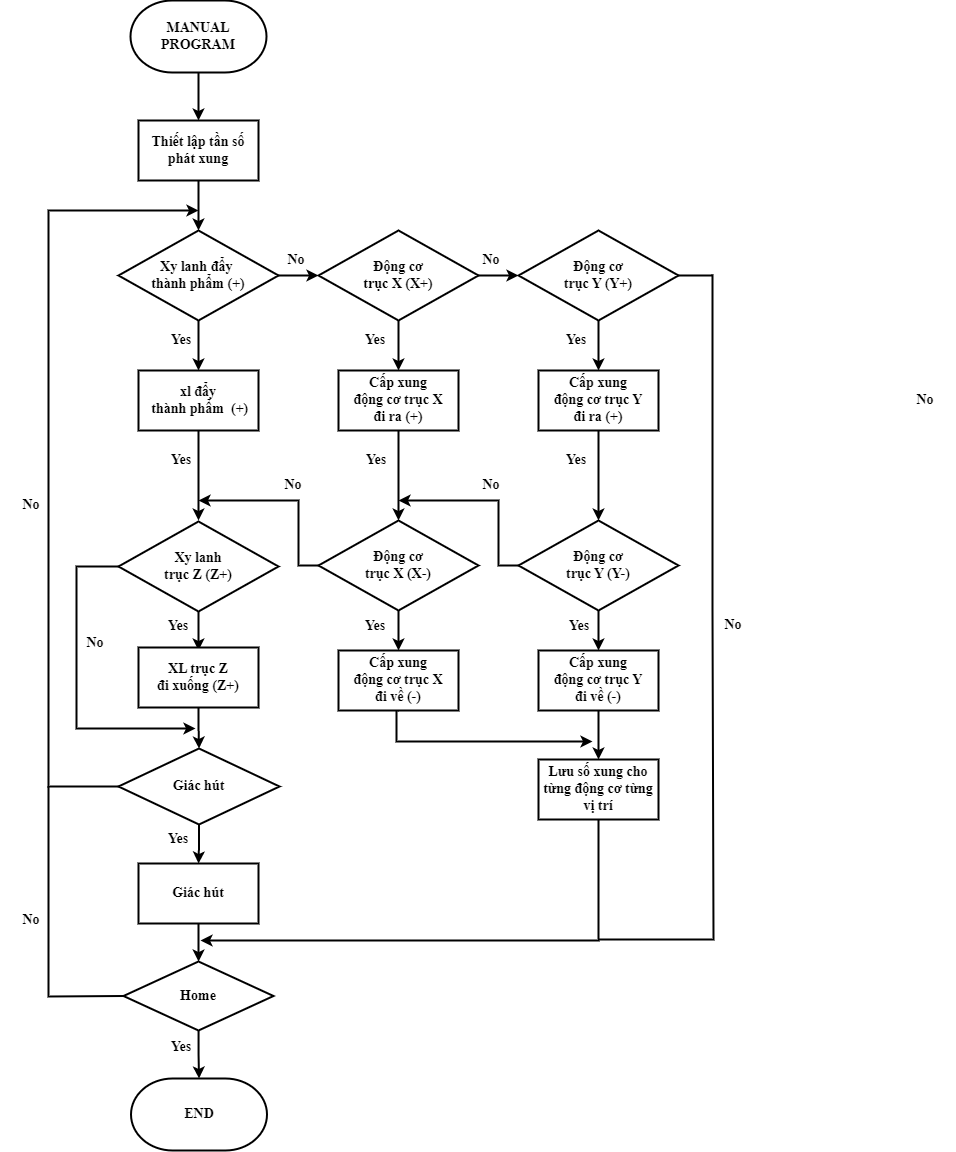
Earlier version of the draw.io export manual.png (nguyentienkhoa050401/mon-hoc). Source tidied: cells renumbered, new cells last; positions are measured from the earlier drawing's top-left corner, leaving out a move shared by most shapes.
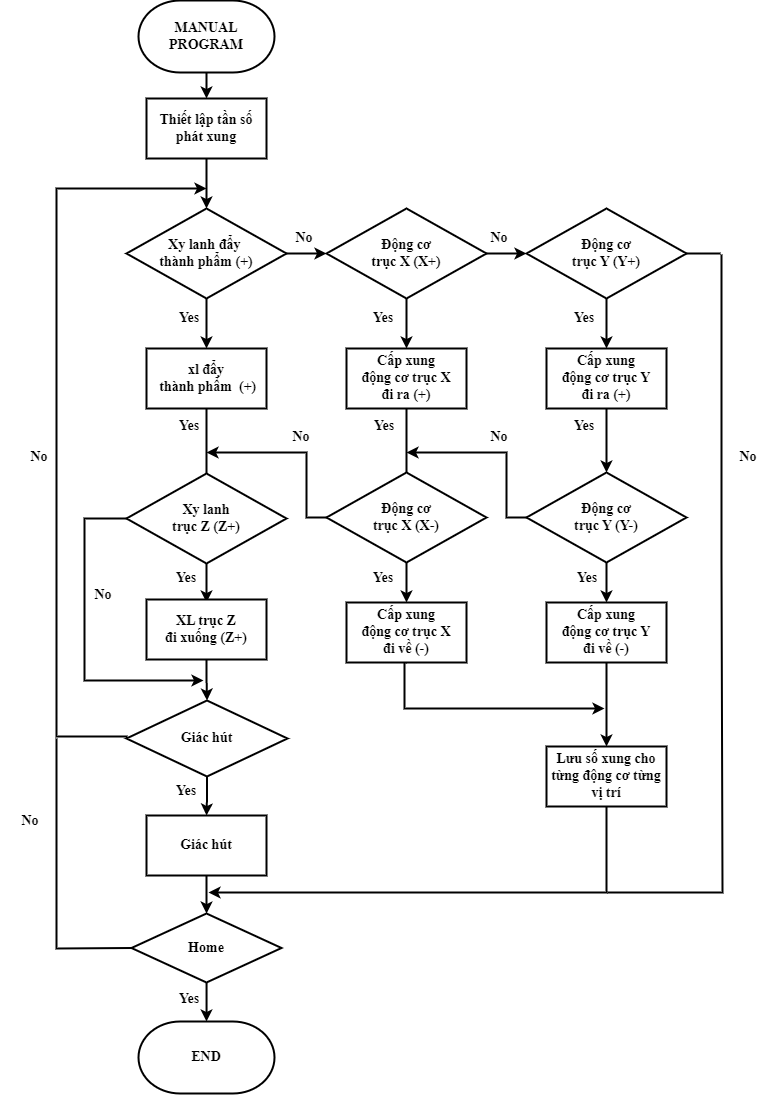
The same file after the commit.

Commit message:
Cập nhật manual.png

What changed in the source:
```diff
@@ -2,11 +2,13 @@
   <root>
     <mxCell id="0" />
     <mxCell id="1" parent="0" />
-    <mxCell id="2" style="edgeStyle=orthogonalEdgeStyle;rounded=0;jettySize=auto;html=1;strokeWidth=2;fontFamily=Times New Roman;fontSize=14;verticalAlign=middle;fontStyle=1;fontColor=#000000;" parent="1" edge="1" source="3" target="13">
-      <mxGeometry relative="1" as="geometry" />
+    <mxCell id="2" style="edgeStyle=orthogonalEdgeStyle;rounded=0;jettySize=auto;html=1;strokeWidth=2;fontFamily=Times New Roman;fontSize=14;verticalAlign=middle;fontStyle=1;fontColor=#000000;" parent="1" edge="1" target="13">
+      <mxGeometry relative="1" as="geometry">
+        <mxPoint x="197" y="98" as="sourcePoint" />
+      </mxGeometry>
     </mxCell>
     <mxCell id="3" value="&lt;span style=&quot;font-size: 14px;&quot;&gt;MANUAL&lt;br&gt;PROGRAM&lt;br&gt;&lt;/span&gt;" style="fontSize=14;zwfType=basicShape;strokeWidth=2;html=1;shape=mxgraph.flowchart.terminator;whiteSpace=wrap;fontFamily=Times New Roman;verticalAlign=middle;fontStyle=1;rounded=0;fontColor=#000000;" parent="1" vertex="1">
-      <mxGeometry x="129" width="136" height="72" as="geometry" />
+      <mxGeometry x="129" y="48" width="136" height="72" as="geometry" />
     </mxCell>
     <mxCell id="4" style="edgeStyle=orthogonalEdgeStyle;rounded=0;orthogonalLoop=1;jettySize=auto;html=1;strokeWidth=2;fontFamily=Times New Roman;fontSize=14;verticalAlign=middle;fontStyle=1;fontColor=#000000;" parent="1" edge="1">
       <mxGeometry relative="1" as="geometry">
@@ -30,7 +32,7 @@
       <mxGeometry relative="1" as="geometry" />
     </mxCell>
     <mxCell id="8" value="Xy lanh đẩy&amp;nbsp;&lt;br style=&quot;font-size: 14px;&quot;&gt;thành phẩm (+)" style="fontSize=14;spacingLeft=10;spacingRight=10;zwfType=basicShape;strokeWidth=2;rhombus;whiteSpace=wrap;html=1;fontStyle=1;fontFamily=Times New Roman;verticalAlign=middle;rounded=0;fontColor=#000000;" parent="1" vertex="1">
-      <mxGeometry x="117" y="230" width="160" height="90" as="geometry" />
+      <mxGeometry x="117" y="256" width="160" height="90" as="geometry" />
     </mxCell>
     <mxCell id="9" style="edgeStyle=orthogonalEdgeStyle;rounded=0;jettySize=auto;html=1;strokeWidth=2;fontFamily=Times New Roman;fontSize=14;verticalAlign=middle;fontStyle=1;fontColor=#000000;" parent="1" edge="1" source="11" target="19">
       <mxGeometry relative="1" as="geometry" />
@@ -39,33 +41,35 @@
       <mxGeometry relative="1" as="geometry" />
     </mxCell>
     <mxCell id="11" value="Động cơ &lt;br style=&quot;font-size: 14px;&quot;&gt;trục X (X+)" style="fontSize=14;spacingLeft=10;spacingRight=10;zwfType=basicShape;strokeWidth=2;rhombus;whiteSpace=wrap;html=1;fontStyle=1;fontFamily=Times New Roman;verticalAlign=middle;rounded=0;fontColor=#000000;" parent="1" vertex="1">
-      <mxGeometry x="317" y="230" width="160" height="90" as="geometry" />
+      <mxGeometry x="317" y="256" width="160" height="90" as="geometry" />
     </mxCell>
     <mxCell id="12" style="edgeStyle=orthogonalEdgeStyle;rounded=0;jettySize=auto;html=1;strokeWidth=2;fontFamily=Times New Roman;fontSize=14;verticalAlign=middle;fontStyle=1;fontColor=#000000;" parent="1" edge="1" source="13" target="8">
       <mxGeometry relative="1" as="geometry" />
     </mxCell>
     <mxCell id="13" value="Thiết lập tần số phát xung" style="rounded=0;whiteSpace=wrap;html=1;strokeWidth=2;fontFamily=Times New Roman;fontSize=14;verticalAlign=middle;fontStyle=1;fontColor=#000000;" parent="1" vertex="1">
-      <mxGeometry x="137" y="120" width="120" height="60" as="geometry" />
+      <mxGeometry x="137" y="146" width="120" height="60" as="geometry" />
     </mxCell>
     <mxCell id="14" style="edgeStyle=orthogonalEdgeStyle;rounded=0;jettySize=auto;html=1;strokeWidth=2;fontFamily=Times New Roman;fontSize=14;verticalAlign=middle;fontStyle=1;fontColor=#000000;" parent="1" edge="1" source="15">
       <mxGeometry relative="1" as="geometry">
-        <mxPoint x="197" y="520" as="targetPoint" />
+        <mxPoint x="197" y="568" as="targetPoint" />
       </mxGeometry>
     </mxCell>
     <mxCell id="15" value="xl đẩy&lt;br&gt;&amp;nbsp;thành phẩm&amp;nbsp; (+)" style="rounded=0;whiteSpace=wrap;html=1;strokeWidth=2;fontFamily=Times New Roman;fontSize=14;verticalAlign=middle;fontStyle=1;fontColor=#000000;" parent="1" vertex="1">
-      <mxGeometry x="137" y="370" width="120" height="60" as="geometry" />
+      <mxGeometry x="137" y="396" width="120" height="60" as="geometry" />
     </mxCell>
-    <mxCell id="16" style="edgeStyle=orthogonalEdgeStyle;rounded=0;jettySize=auto;html=1;strokeWidth=2;fontFamily=Times New Roman;fontSize=14;verticalAlign=middle;fontStyle=1;fontColor=#000000;" parent="1" edge="1" source="17" target="21">
-      <mxGeometry relative="1" as="geometry" />
+    <mxCell id="16" style="edgeStyle=orthogonalEdgeStyle;rounded=0;jettySize=auto;html=1;strokeWidth=2;fontFamily=Times New Roman;fontSize=14;verticalAlign=middle;fontStyle=1;fontColor=#000000;" parent="1" edge="1" source="17">
+      <mxGeometry relative="1" as="geometry">
+        <mxPoint x="397" y="568" as="targetPoint" />
+      </mxGeometry>
     </mxCell>
     <mxCell id="17" value="Cấp xung &lt;br style=&quot;font-size: 14px;&quot;&gt;động cơ trục X &lt;br style=&quot;font-size: 14px;&quot;&gt;đi ra (+)" style="rounded=0;whiteSpace=wrap;html=1;strokeWidth=2;fontFamily=Times New Roman;fontSize=14;verticalAlign=middle;fontStyle=1;fontColor=#000000;" parent="1" vertex="1">
-      <mxGeometry x="337" y="370" width="120" height="60" as="geometry" />
+      <mxGeometry x="337" y="396" width="120" height="60" as="geometry" />
     </mxCell>
     <mxCell id="18" style="edgeStyle=orthogonalEdgeStyle;rounded=0;jettySize=auto;html=1;strokeWidth=2;fontFamily=Times New Roman;fontSize=14;verticalAlign=middle;fontStyle=1;fontColor=#000000;" parent="1" edge="1" source="19" target="25">
       <mxGeometry relative="1" as="geometry" />
     </mxCell>
     <mxCell id="19" value="Động cơ &lt;br style=&quot;font-size: 14px;&quot;&gt;trục Y (Y+)" style="fontSize=14;spacingLeft=10;spacingRight=10;zwfType=basicShape;strokeWidth=2;rhombus;whiteSpace=wrap;html=1;fontStyle=1;fontFamily=Times New Roman;verticalAlign=middle;rounded=0;fontColor=#000000;" parent="1" vertex="1">
-      <mxGeometry x="517" y="230" width="160" height="90" as="geometry" />
+      <mxGeometry x="517" y="256" width="160" height="90" as="geometry" />
     </mxCell>
     <mxCell id="20" style="edgeStyle=orthogonalEdgeStyle;rounded=0;jettySize=auto;html=1;strokeWidth=2;fontFamily=Times New Roman;fontSize=14;verticalAlign=middle;fontStyle=1;fontColor=#000000;" parent="1" edge="1" source="21">
       <mxGeometry relative="1" as="geometry">
@@ -83,18 +87,21 @@
     <mxCell id="23" value="Động cơ &lt;br style=&quot;font-size: 14px;&quot;&gt;trục Y (Y-)" style="fontSize=14;spacingLeft=10;spacingRight=10;zwfType=basicShape;strokeWidth=2;rhombus;whiteSpace=wrap;html=1;fontStyle=1;fontFamily=Times New Roman;verticalAlign=middle;rounded=0;fontColor=#000000;" parent="1" vertex="1">
       <mxGeometry x="517" y="520" width="160" height="90" as="geometry" />
     </mxCell>
-    <mxCell id="24" style="edgeStyle=orthogonalEdgeStyle;rounded=0;jettySize=auto;html=1;strokeWidth=2;fontFamily=Times New Roman;fontSize=14;verticalAlign=middle;fontStyle=1;fontColor=#000000;" parent="1" edge="1" source="25" target="23">
-      <mxGeometry relative="1" as="geometry" />
+    <mxCell id="24" style="edgeStyle=orthogonalEdgeStyle;rounded=0;jettySize=auto;html=1;strokeWidth=2;fontFamily=Times New Roman;fontSize=14;verticalAlign=middle;fontStyle=1;fontColor=#000000;" parent="1" edge="1" source="25">
+      <mxGeometry relative="1" as="geometry">
+        <mxPoint x="597" y="520" as="targetPoint" />
+      </mxGeometry>
     </mxCell>
     <mxCell id="25" value="Cấp xung &lt;br style=&quot;font-size: 14px;&quot;&gt;động cơ trục Y &lt;br style=&quot;font-size: 14px;&quot;&gt;đi ra (+)" style="rounded=0;whiteSpace=wrap;html=1;strokeWidth=2;fontFamily=Times New Roman;fontSize=14;verticalAlign=middle;fontStyle=1;fontColor=#000000;" parent="1" vertex="1">
-      <mxGeometry x="537" y="370" width="120" height="60" as="geometry" />
+      <mxGeometry x="537" y="396" width="120" height="60" as="geometry" />
     </mxCell>
     <mxCell id="26" style="edgeStyle=orthogonalEdgeStyle;rounded=0;jettySize=auto;html=1;exitX=0.5;exitY=1;exitDx=0;exitDy=0;strokeWidth=2;fontSize=14;fontStyle=1;fontFamily=Times New Roman;fontColor=#000000;" parent="1" edge="1" source="27">
       <mxGeometry relative="1" as="geometry">
-        <mxPoint x="591" y="741" as="targetPoint" />
+        <mxPoint x="595" y="756" as="targetPoint" />
         <Array as="points">
           <mxPoint x="395" y="710" />
-          <mxPoint x="395" y="741" />
+          <mxPoint x="395" y="756" />
+          <mxPoint x="591" y="756" />
         </Array>
       </mxGeometry>
     </mxCell>
@@ -112,10 +119,11 @@
     </mxCell>
     <mxCell id="31" style="edgeStyle=orthogonalEdgeStyle;rounded=0;jettySize=auto;html=1;exitX=0;exitY=0.5;exitDx=0;exitDy=0;strokeWidth=2;fontFamily=Times New Roman;fontSize=14;verticalAlign=middle;fontStyle=1;fontColor=#000000;" parent="1" edge="1" source="32">
       <mxGeometry relative="1" as="geometry">
-        <mxPoint x="197" y="210" as="targetPoint" />
+        <mxPoint x="197" y="236" as="targetPoint" />
         <Array as="points">
-          <mxPoint x="47" y="786" />
-          <mxPoint x="47" y="210" />
+          <mxPoint x="117" y="784" />
+          <mxPoint x="47" y="784" />
+          <mxPoint x="47" y="236" />
         </Array>
       </mxGeometry>
     </mxCell>
@@ -123,7 +131,7 @@
       <mxGeometry x="117" y="748" width="161" height="76" as="geometry" />
     </mxCell>
     <mxCell id="33" value="END" style="fontSize=14;zwfType=basicShape;strokeWidth=2;html=1;shape=mxgraph.flowchart.terminator;whiteSpace=wrap;fontFamily=Times New Roman;verticalAlign=middle;fontStyle=1;rounded=0;fontColor=#000000;" parent="1" vertex="1">
-      <mxGeometry x="129.5" y="1078" width="136" height="72" as="geometry" />
+      <mxGeometry x="129" y="1069" width="136" height="72" as="geometry" />
     </mxCell>
     <mxCell id="34" style="edgeStyle=orthogonalEdgeStyle;rounded=0;jettySize=auto;html=1;strokeWidth=2;fontSize=14;fontStyle=1;fontFamily=Times New Roman;fontColor=#000000;" parent="1" edge="1" source="35" target="61">
       <mxGeometry relative="1" as="geometry" />
@@ -141,14 +149,11 @@
       </mxGeometry>
     </mxCell>
     <mxCell id="37" value="No" style="text;html=1;fillColor=none;align=center;verticalAlign=middle;whiteSpace=wrap;rounded=0;strokeWidth=2;fontFamily=Times New Roman;fontSize=14;fontStyle=1;fontColor=#000000;" parent="1" vertex="1">
-      <mxGeometry x="265" y="245" width="60" height="30" as="geometry" />
+      <mxGeometry x="265" y="271" width="60" height="30" as="geometry" />
     </mxCell>
     <mxCell id="38" value="No" style="text;html=1;fillColor=none;align=center;verticalAlign=middle;whiteSpace=wrap;rounded=0;strokeWidth=2;fontFamily=Times New Roman;fontSize=14;fontStyle=1;fontColor=#000000;" parent="1" vertex="1">
-      <mxGeometry x="460" y="245" width="60" height="30" as="geometry" />
+      <mxGeometry x="460" y="271" width="60" height="30" as="geometry" />
     </mxCell>
-    <mxCell id="39" value="No" style="text;html=1;fillColor=none;align=center;verticalAlign=middle;whiteSpace=wrap;rounded=0;strokeWidth=2;fontFamily=Times New Roman;fontSize=14;fontStyle=1;fontColor=#000000;" parent="1" vertex="1">
-      <mxGeometry x="894" y="385" width="60" height="30" as="geometry" />
-    </mxCell>
     <mxCell id="40" value="No" style="text;html=1;fillColor=none;align=center;verticalAlign=middle;whiteSpace=wrap;rounded=0;strokeWidth=2;fontFamily=Times New Roman;fontSize=14;fontStyle=1;fontColor=#000000;" parent="1" vertex="1">
       <mxGeometry x="262" y="470" width="60" height="30" as="geometry" />
     </mxCell>
@@ -168,16 +173,16 @@
       <mxGeometry x="147" y="824" width="60" height="30" as="geometry" />
     </mxCell>
     <mxCell id="46" value="Yes" style="text;html=1;fillColor=none;align=center;verticalAlign=middle;whiteSpace=wrap;rounded=0;strokeWidth=2;fontFamily=Times New Roman;fontSize=14;fontStyle=1;fontColor=#000000;" parent="1" vertex="1">
-      <mxGeometry x="150" y="445" width="60" height="30" as="geometry" />
+      <mxGeometry x="150" y="459" width="60" height="30" as="geometry" />
     </mxCell>
     <mxCell id="47" value="Yes" style="text;html=1;fillColor=none;align=center;verticalAlign=middle;whiteSpace=wrap;rounded=0;strokeWidth=2;fontFamily=Times New Roman;fontSize=14;fontStyle=1;fontColor=#000000;" parent="1" vertex="1">
-      <mxGeometry x="545" y="445" width="60" height="30" as="geometry" />
+      <mxGeometry x="545" y="459" width="60" height="30" as="geometry" />
     </mxCell>
     <mxCell id="48" value="Yes" style="text;html=1;fillColor=none;align=center;verticalAlign=middle;whiteSpace=wrap;rounded=0;strokeWidth=2;fontFamily=Times New Roman;fontSize=14;fontStyle=1;fontColor=#000000;" parent="1" vertex="1">
       <mxGeometry x="344" y="611" width="60" height="30" as="geometry" />
     </mxCell>
     <mxCell id="49" value="Yes" style="text;html=1;fillColor=none;align=center;verticalAlign=middle;whiteSpace=wrap;rounded=0;strokeWidth=2;fontFamily=Times New Roman;fontSize=14;fontStyle=1;fontColor=#000000;" parent="1" vertex="1">
-      <mxGeometry x="345" y="445" width="60" height="30" as="geometry" />
+      <mxGeometry x="345" y="459" width="60" height="30" as="geometry" />
     </mxCell>
     <mxCell id="50" value="Yes" style="text;html=1;fillColor=none;align=center;verticalAlign=middle;whiteSpace=wrap;rounded=0;strokeWidth=2;fontFamily=Times New Roman;fontSize=14;fontStyle=1;fontColor=#000000;" parent="1" vertex="1">
       <mxGeometry x="147" y="611" width="60" height="30" as="geometry" />
@@ -193,16 +198,16 @@
       </mxGeometry>
     </mxCell>
     <mxCell id="52" value="Yes" style="text;html=1;fillColor=none;align=center;verticalAlign=middle;whiteSpace=wrap;rounded=0;strokeWidth=2;fontFamily=Times New Roman;fontSize=14;fontStyle=1;fontColor=#000000;" parent="1" vertex="1">
-      <mxGeometry x="150" y="325" width="60" height="30" as="geometry" />
+      <mxGeometry x="150" y="351" width="60" height="30" as="geometry" />
     </mxCell>
     <mxCell id="53" value="Yes" style="text;html=1;fillColor=none;align=center;verticalAlign=middle;whiteSpace=wrap;rounded=0;strokeWidth=2;fontFamily=Times New Roman;fontSize=14;fontStyle=1;fontColor=#000000;" parent="1" vertex="1">
-      <mxGeometry x="344" y="325" width="60" height="30" as="geometry" />
+      <mxGeometry x="344" y="351" width="60" height="30" as="geometry" />
     </mxCell>
     <mxCell id="54" value="Yes" style="text;html=1;fillColor=none;align=center;verticalAlign=middle;whiteSpace=wrap;rounded=0;strokeWidth=2;fontFamily=Times New Roman;fontSize=14;fontStyle=1;fontColor=#000000;" parent="1" vertex="1">
-      <mxGeometry x="545" y="325" width="60" height="30" as="geometry" />
+      <mxGeometry x="545" y="351" width="60" height="30" as="geometry" />
     </mxCell>
     <mxCell id="55" value="Lưu số xung cho từng động cơ từng vị trí" style="rounded=0;whiteSpace=wrap;html=1;strokeWidth=2;fontFamily=Times New Roman;fontSize=14;verticalAlign=middle;fontStyle=1;fontColor=#000000;" parent="1" vertex="1">
-      <mxGeometry x="537" y="759" width="120" height="60" as="geometry" />
+      <mxGeometry x="537" y="794" width="120" height="60" as="geometry" />
     </mxCell>
     <mxCell id="56" value="Xy lanh &lt;br style=&quot;font-size: 14px;&quot;&gt;trục Z (Z+)" style="fontSize=14;spacingLeft=10;spacingRight=10;zwfType=basicShape;strokeWidth=2;rhombus;whiteSpace=wrap;html=1;fontStyle=1;fontFamily=Times New Roman;verticalAlign=middle;rounded=0;fontColor=#000000;" parent="1" vertex="1">
       <mxGeometry x="117" y="521" width="160" height="90" as="geometry" />
@@ -239,24 +244,24 @@
       </mxGeometry>
     </mxCell>
     <mxCell id="64" value="No" style="text;html=1;fillColor=none;align=center;verticalAlign=middle;whiteSpace=wrap;rounded=0;strokeWidth=2;fontFamily=Times New Roman;fontSize=14;fontStyle=1;fontColor=#000000;" parent="1" vertex="1">
-      <mxGeometry y="905" width="60" height="30" as="geometry" />
+      <mxGeometry x="-9" y="854" width="60" height="30" as="geometry" />
     </mxCell>
     <mxCell id="65" value="No" style="text;html=1;fillColor=none;align=center;verticalAlign=middle;whiteSpace=wrap;rounded=0;strokeWidth=2;fontFamily=Times New Roman;fontSize=14;fontStyle=1;fontColor=#000000;" parent="1" vertex="1">
-      <mxGeometry x="702" y="610" width="60" height="30" as="geometry" />
+      <mxGeometry x="709" y="490" width="60" height="30" as="geometry" />
     </mxCell>
     <mxCell id="66" style="endArrow=none;html=1;rounded=0;strokeWidth=2;fontSize=14;fontStyle=1;fontFamily=Times New Roman;fontColor=#000000;" parent="1" edge="1">
       <mxGeometry relative="1" as="geometry">
-        <mxPoint x="597" y="939" as="sourcePoint" />
-        <mxPoint x="711" y="274" as="targetPoint" />
+        <mxPoint x="598" y="940" as="sourcePoint" />
+        <mxPoint x="712" y="302" as="targetPoint" />
         <Array as="points">
-          <mxPoint x="712" y="939" />
-          <mxPoint x="711" y="609" />
+          <mxPoint x="713" y="940" />
+          <mxPoint x="712" y="610" />
         </Array>
       </mxGeometry>
     </mxCell>
     <mxCell id="67" style="endArrow=none;html=1;rounded=0;exitX=1;exitY=0.5;exitDx=0;exitDy=0;strokeWidth=2;" parent="1" edge="1" source="19">
       <mxGeometry relative="1" as="geometry">
-        <mxPoint x="711" y="275" as="targetPoint" />
+        <mxPoint x="711" y="301" as="targetPoint" />
       </mxGeometry>
     </mxCell>
   </root>
```
